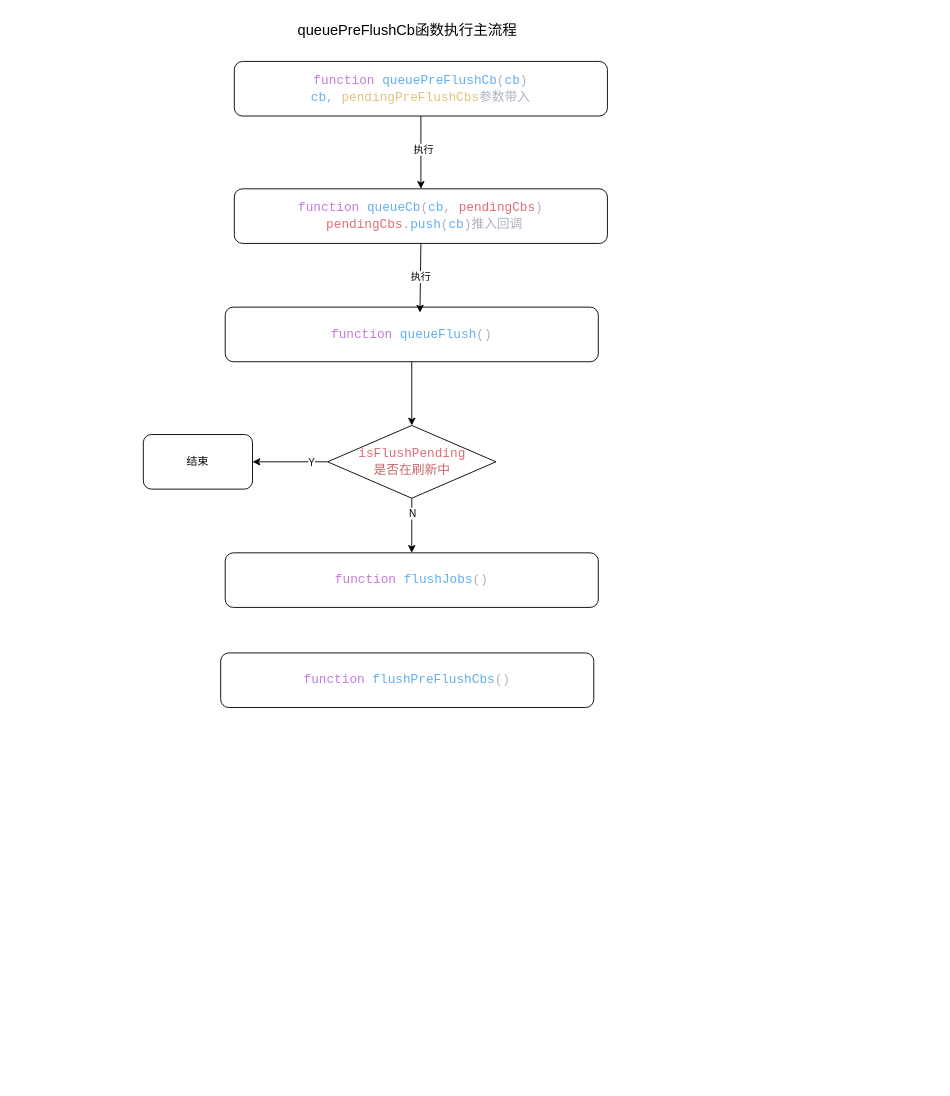
Above: docs/runtime-core/queuePreFlushCb函数执行主流程.dio in BINGWU2003/vue-next-mini (draw.io), before the change. Source tidied: cells renumbered, new cells numbered last; positions are measured from the earlier drawing's top-left corner, leaving out a move shared by most shapes. Both pictures are drawn from the tidied source at 91%, with x=0, y=0 at pixel (143, 15).
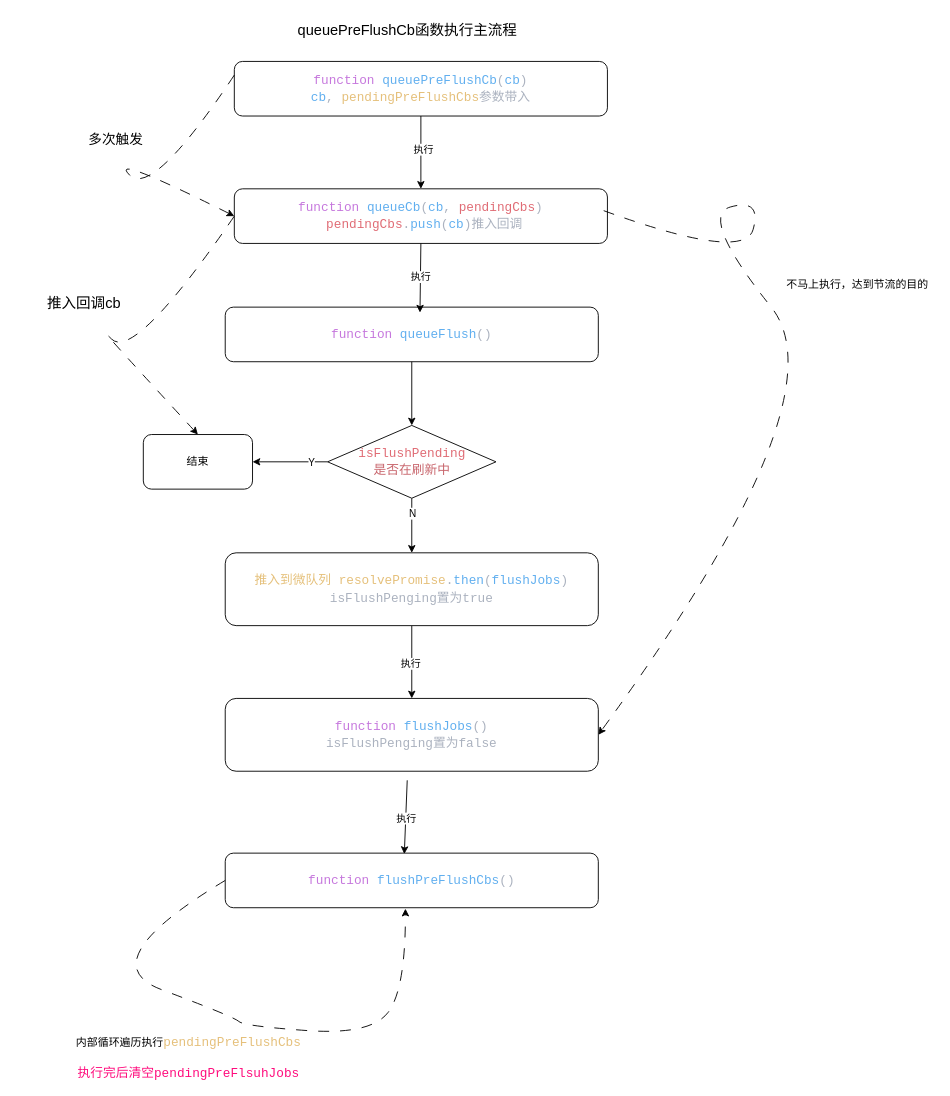
The same diagram, later.

Commit message:
feat: 更新 queuePreFlushCb 函数执行主流程图，优化图形布局和内容

Unchanged cells that the change refers to:
```xml
<mxCell id="4" value="&lt;div style=&quot;color: rgb(171, 178, 191); font-family: &amp;quot;JetBrains Mono&amp;quot;, Consolas, &amp;quot;Courier New&amp;quot;, monospace, Consolas, &amp;quot;Courier New&amp;quot;, monospace; font-size: 14px; line-height: 19px; white-space: pre;&quot;&gt;&lt;div style=&quot;color: rgb(171, 178, 191); line-height: 19px;&quot;&gt;&lt;div style=&quot;color: rgb(171, 178, 191); line-height: 19px;&quot;&gt;&lt;div style=&quot;color: rgb(171, 178, 191); line-height: 19px;&quot;&gt;&lt;span&gt;&lt;span style=&quot;color: rgb(198, 120, 221);&quot;&gt;function&lt;/span&gt;&lt;span style=&quot;color: rgb(171, 178, 191);&quot;&gt; &lt;/span&gt;&lt;span style=&quot;color: rgb(97, 175, 239);&quot;&gt;queuePreFlushCb&lt;/span&gt;&lt;span style=&quot;color: rgb(171, 178, 191);&quot;&gt;(&lt;/span&gt;&lt;span style=&quot;color: rgb(97, 175, 239);&quot;&gt;cb&lt;/span&gt;&lt;span style=&quot;color: rgb(171, 178, 191);&quot;&gt;)&lt;/span&gt;&lt;/span&gt;&lt;/div&gt;&lt;div style=&quot;color: rgb(171, 178, 191); line-height: 19px;&quot;&gt;&lt;span style=&quot;color: rgb(97, 175, 239);&quot;&gt;cb&lt;/span&gt;&lt;span style=&quot;color: rgb(171, 178, 191);&quot;&gt;, &lt;/span&gt;&lt;span style=&quot;color: rgb(229, 192, 123);&quot;&gt;pendingPreFlushCbs&lt;/span&gt;&lt;span&gt;&lt;span style=&quot;color: rgb(171, 178, 191);&quot;&gt;参数带入&lt;/span&gt;&lt;/span&gt;&lt;/div&gt;&lt;/div&gt;&lt;/div&gt;&lt;/div&gt;" style="rounded=1;whiteSpace=wrap;html=1;" parent="1" vertex="1">
  <mxGeometry x="100" y="50" width="410" height="60" as="geometry" />
</mxCell>
<mxCell id="6" value="&lt;div style=&quot;color: rgb(171, 178, 191); font-family: &amp;quot;JetBrains Mono&amp;quot;, Consolas, &amp;quot;Courier New&amp;quot;, monospace, Consolas, &amp;quot;Courier New&amp;quot;, monospace; font-size: 14px; line-height: 19px; white-space: pre;&quot;&gt;&lt;div style=&quot;color: rgb(171, 178, 191); line-height: 19px;&quot;&gt;&lt;div style=&quot;color: rgb(171, 178, 191); line-height: 19px;&quot;&gt;&lt;div style=&quot;color: rgb(171, 178, 191); line-height: 19px;&quot;&gt;&lt;div style=&quot;color: rgb(171, 178, 191); line-height: 19px;&quot;&gt;&lt;span&gt;&lt;span style=&quot;color: rgb(198, 120, 221);&quot;&gt;function&lt;/span&gt;&lt;span style=&quot;color: rgb(171, 178, 191);&quot;&gt; &lt;/span&gt;&lt;span style=&quot;color: rgb(97, 175, 239);&quot;&gt;queueCb&lt;/span&gt;&lt;span style=&quot;color: rgb(171, 178, 191);&quot;&gt;(&lt;/span&gt;&lt;span style=&quot;color: rgb(97, 175, 239);&quot;&gt;cb&lt;/span&gt;&lt;span style=&quot;color: rgb(171, 178, 191);&quot;&gt;, &lt;/span&gt;&lt;span style=&quot;color: rgb(224, 108, 117);&quot;&gt;pendingCbs&lt;/span&gt;&lt;span style=&quot;color: rgb(171, 178, 191);&quot;&gt;)&lt;/span&gt;&lt;/span&gt;&lt;/div&gt;&lt;div style=&quot;color: rgb(171, 178, 191); line-height: 19px;&quot;&gt;&lt;div style=&quot;color: rgb(171, 178, 191); line-height: 19px;&quot;&gt;&lt;span&gt;&lt;span style=&quot;color: rgb(171, 178, 191);&quot;&gt;&amp;nbsp;&lt;/span&gt;&lt;span style=&quot;color: rgb(224, 108, 117);&quot;&gt;pendingCbs&lt;/span&gt;&lt;span style=&quot;color: rgb(171, 178, 191);&quot;&gt;.&lt;/span&gt;&lt;span style=&quot;color: rgb(97, 175, 239);&quot;&gt;push&lt;/span&gt;&lt;span style=&quot;color: rgb(171, 178, 191);&quot;&gt;(&lt;/span&gt;&lt;span style=&quot;color: rgb(97, 175, 239);&quot;&gt;cb&lt;/span&gt;&lt;span style=&quot;color: rgb(171, 178, 191);&quot;&gt;)推入回调&lt;/span&gt;&lt;/span&gt;&lt;/div&gt;&lt;/div&gt;&lt;/div&gt;&lt;/div&gt;&lt;/div&gt;&lt;/div&gt;" style="rounded=1;whiteSpace=wrap;html=1;" parent="1" vertex="1">
  <mxGeometry x="100" y="190" width="410" height="60" as="geometry" />
</mxCell>
<mxCell id="18" value="结束" style="rounded=1;whiteSpace=wrap;html=1;" parent="1" vertex="1">
  <mxGeometry y="460" width="120" height="60" as="geometry" />
</mxCell>
```

Diff of the diagram source:
```diff
@@
+    <mxCell id="19" style="edgeStyle=none;html=1;exitX=0.5;exitY=1;exitDx=0;exitDy=0;entryX=0.5;entryY=0;entryDx=0;entryDy=0;" parent="1" edge="1" source="7" target="29">
+      <mxGeometry relative="1" as="geometry" />
+    </mxCell>
+    <mxCell id="20" value="执行" style="edgeLabel;html=1;align=center;verticalAlign=middle;" parent="19" vertex="1">
+      <mxGeometry x="0.03" y="-2" relative="1" as="geometry" />
+    </mxCell>
-    <mxCell id="7" value="&lt;div style=&quot;color: rgb(171, 178, 191); font-family: &amp;quot;JetBrains Mono&amp;quot;, Consolas, &amp;quot;Courier New&amp;quot;, monospace, Consolas, &amp;quot;Courier New&amp;quot;, monospace; font-size: 14px; line-height: 19px; white-space: pre;&quot;&gt;&lt;div style=&quot;color: rgb(171, 178, 191); line-height: 19px;&quot;&gt;&lt;div style=&quot;color: rgb(171, 178, 191); line-height: 19px;&quot;&gt;&lt;div style=&quot;color: rgb(171, 178, 191); line-height: 19px;&quot;&gt;&lt;div style=&quot;color: rgb(171, 178, 191); line-height: 19px;&quot;&gt;&lt;div style=&quot;color: rgb(171, 178, 191); line-height: 19px;&quot;&gt;&lt;span&gt;&lt;span style=&quot;color: rgb(198, 120, 221);&quot;&gt;function&lt;/span&gt;&lt;span style=&quot;color: rgb(171, 178, 191);&quot;&gt; &lt;/span&gt;&lt;span style=&quot;color: rgb(97, 175, 239);&quot;&gt;flushJobs&lt;/span&gt;&lt;span style=&quot;color: rgb(171, 178, 191);&quot;&gt;()&lt;/span&gt;&lt;/span&gt;&lt;/div&gt;&lt;/div&gt;&lt;/div&gt;&lt;/div&gt;&lt;/div&gt;&lt;/div&gt;" style="rounded=1;whiteSpace=wrap;html=1;" parent="1" vertex="1">
-      <mxGeometry x="90" y="590" width="410" height="60" as="geometry" />
+    <mxCell id="7" value="&lt;div style=&quot;color: rgb(171, 178, 191); font-family: &amp;quot;JetBrains Mono&amp;quot;, Consolas, &amp;quot;Courier New&amp;quot;, monospace, Consolas, &amp;quot;Courier New&amp;quot;, monospace; font-size: 14px; line-height: 19px; white-space: pre;&quot;&gt;&lt;div style=&quot;color: rgb(171, 178, 191); line-height: 19px;&quot;&gt;&lt;div style=&quot;color: rgb(171, 178, 191); line-height: 19px;&quot;&gt;&lt;div style=&quot;color: rgb(171, 178, 191); line-height: 19px;&quot;&gt;&lt;div style=&quot;color: rgb(171, 178, 191); line-height: 19px;&quot;&gt;&lt;div style=&quot;color: rgb(171, 178, 191); line-height: 19px;&quot;&gt;&lt;span style=&quot;background-color: transparent; scrollbar-color: rgb(75, 75, 75) rgb(27, 29, 30); color: rgb(229, 192, 123);&quot;&gt;推入到微队列 resolvePromise&lt;/span&gt;&lt;span style=&quot;background-color: transparent; scrollbar-color: rgb(75, 75, 75) rgb(27, 29, 30); color: rgb(171, 178, 191);&quot;&gt;.&lt;/span&gt;&lt;span style=&quot;background-color: transparent; scrollbar-color: rgb(75, 75, 75) rgb(27, 29, 30); color: rgb(97, 175, 239);&quot;&gt;then&lt;/span&gt;&lt;span style=&quot;background-color: transparent; scrollbar-color: rgb(75, 75, 75) rgb(27, 29, 30); color: rgb(171, 178, 191);&quot;&gt;(&lt;/span&gt;&lt;span style=&quot;background-color: transparent; scrollbar-color: rgb(75, 75, 75) rgb(27, 29, 30); color: rgb(97, 175, 239);&quot;&gt;flushJobs&lt;/span&gt;&lt;span style=&quot;background-color: transparent; scrollbar-color: rgb(75, 75, 75) rgb(27, 29, 30); color: rgb(171, 178, 191);&quot;&gt;)&lt;/span&gt;&lt;/div&gt;&lt;div style=&quot;color: rgb(171, 178, 191); line-height: 19px;&quot;&gt;&lt;div style=&quot;color: rgb(171, 178, 191); line-height: 19px;&quot;&gt;&lt;span&gt;&lt;span style=&quot;color: rgb(171, 178, 191);&quot;&gt;isFlushPenging置为true&lt;/span&gt;&lt;/span&gt;&lt;/div&gt;&lt;/div&gt;&lt;/div&gt;&lt;/div&gt;&lt;/div&gt;&lt;/div&gt;&lt;/div&gt;" style="rounded=1;whiteSpace=wrap;html=1;" parent="1" vertex="1">
+      <mxGeometry x="90" y="590" width="410" height="80" as="geometry" />
     </mxCell>
     <mxCell id="8" value="&lt;div style=&quot;color: rgb(171, 178, 191); font-family: &amp;quot;JetBrains Mono&amp;quot;, Consolas, &amp;quot;Courier New&amp;quot;, monospace, Consolas, &amp;quot;Courier New&amp;quot;, monospace; font-size: 14px; line-height: 19px; white-space: pre;&quot;&gt;&lt;div style=&quot;color: rgb(171, 178, 191); line-height: 19px;&quot;&gt;&lt;div style=&quot;color: rgb(171, 178, 191); line-height: 19px;&quot;&gt;&lt;div style=&quot;color: rgb(171, 178, 191); line-height: 19px;&quot;&gt;&lt;div style=&quot;color: rgb(171, 178, 191); line-height: 19px;&quot;&gt;&lt;div style=&quot;color: rgb(171, 178, 191); line-height: 19px;&quot;&gt;&lt;div style=&quot;color: rgb(171, 178, 191); line-height: 19px;&quot;&gt;&lt;span&gt;&lt;span style=&quot;color: rgb(198, 120, 221);&quot;&gt;function&lt;/span&gt;&lt;span style=&quot;color: rgb(171, 178, 191);&quot;&gt; &lt;/span&gt;&lt;span style=&quot;color: rgb(97, 175, 239);&quot;&gt;flushPreFlushCbs&lt;/span&gt;&lt;span style=&quot;color: rgb(171, 178, 191);&quot;&gt;()&lt;/span&gt;&lt;/span&gt;&lt;/div&gt;&lt;/div&gt;&lt;/div&gt;&lt;/div&gt;&lt;/div&gt;&lt;/div&gt;&lt;/div&gt;" style="rounded=1;whiteSpace=wrap;html=1;" parent="1" vertex="1">
-      <mxGeometry x="85" y="700" width="410" height="60" as="geometry" />
+      <mxGeometry x="90" y="920" width="410" height="60" as="geometry" />
     </mxCell>
@@
+    <mxCell id="21" style="edgeStyle=none;html=1;entryX=0.48;entryY=0.017;entryDx=0;entryDy=0;entryPerimeter=0;" parent="1" edge="1" target="8">
+      <mxGeometry relative="1" as="geometry">
+        <mxPoint x="290" y="840" as="sourcePoint" />
+      </mxGeometry>
+    </mxCell>
+    <mxCell id="22" value="执行" style="edgeLabel;html=1;align=center;verticalAlign=middle;" parent="21" vertex="1">
+      <mxGeometry x="0.04" relative="1" as="geometry" />
+    </mxCell>
+    <mxCell id="23" style="curved=1;endArrow=classic;html=1;entryX=0;entryY=0.5;entryDx=0;entryDy=0;exitX=0;exitY=0.25;exitDx=0;exitDy=0;dashed=1;dashPattern=12 12;" parent="1" edge="1" source="4" target="6">
+      <mxGeometry relative="1" as="geometry">
+        <Array as="points">
+          <mxPoint x="10" y="200" />
+          <mxPoint x="-40" y="150" />
+        </Array>
+      </mxGeometry>
+    </mxCell>
+    <mxCell id="24" style="curved=1;endArrow=classic;html=1;exitX=0;exitY=0.5;exitDx=0;exitDy=0;entryX=0.5;entryY=0;entryDx=0;entryDy=0;dashed=1;dashPattern=12 12;" parent="1" edge="1" source="6" target="18">
+      <mxGeometry relative="1" as="geometry">
+        <Array as="points">
+          <mxPoint x="-10" y="380" />
+          <mxPoint x="-60" y="330" />
+        </Array>
+      </mxGeometry>
+    </mxCell>
+    <mxCell id="25" value="&lt;font style=&quot;font-size: 15px;&quot;&gt;多次触发&lt;/font&gt;" style="text;html=1;align=center;verticalAlign=middle;whiteSpace=wrap;rounded=0;" parent="1" vertex="1">
+      <mxGeometry x="-80" y="120" width="100" height="30" as="geometry" />
+    </mxCell>
+    <mxCell id="26" value="推入回调cb" style="text;html=1;align=center;verticalAlign=middle;whiteSpace=wrap;rounded=0;fontSize=16;" parent="1" vertex="1">
+      <mxGeometry x="-130" y="300" width="130" height="30" as="geometry" />
+    </mxCell>
+    <mxCell id="27" value="不马上执行，达到节流的目的" style="text;html=1;align=center;verticalAlign=middle;whiteSpace=wrap;rounded=0;" parent="1" vertex="1">
+      <mxGeometry x="700" y="280" width="170" height="30" as="geometry" />
+    </mxCell>
+    <mxCell id="28" style="curved=1;endArrow=classic;html=1;exitX=0.99;exitY=0.4;exitDx=0;exitDy=0;exitPerimeter=0;dashed=1;dashPattern=12 12;entryX=1;entryY=0.5;entryDx=0;entryDy=0;" parent="1" edge="1" source="6" target="29">
+      <mxGeometry relative="1" as="geometry">
+        <Array as="points">
+          <mxPoint x="660" y="270" />
+          <mxPoint x="680" y="200" />
+          <mxPoint x="610" y="220" />
+          <mxPoint x="770" y="420" />
+        </Array>
+      </mxGeometry>
+    </mxCell>
+    <mxCell id="29" value="&lt;div style=&quot;color: rgb(171, 178, 191); font-family: &amp;quot;JetBrains Mono&amp;quot;, Consolas, &amp;quot;Courier New&amp;quot;, monospace, Consolas, &amp;quot;Courier New&amp;quot;, monospace; font-size: 14px; line-height: 19px; white-space: pre;&quot;&gt;&lt;div style=&quot;color: rgb(171, 178, 191); line-height: 19px;&quot;&gt;&lt;div style=&quot;color: rgb(171, 178, 191); line-height: 19px;&quot;&gt;&lt;div style=&quot;color: rgb(171, 178, 191); line-height: 19px;&quot;&gt;&lt;div style=&quot;color: rgb(171, 178, 191); line-height: 19px;&quot;&gt;&lt;div style=&quot;color: rgb(171, 178, 191); line-height: 19px;&quot;&gt;&lt;span&gt;&lt;span style=&quot;color: rgb(198, 120, 221);&quot;&gt;function&lt;/span&gt;&lt;span style=&quot;color: rgb(171, 178, 191);&quot;&gt; &lt;/span&gt;&lt;span style=&quot;color: rgb(97, 175, 239);&quot;&gt;flushJobs&lt;/span&gt;&lt;span style=&quot;color: rgb(171, 178, 191);&quot;&gt;()&lt;/span&gt;&lt;/span&gt;&lt;/div&gt;&lt;div style=&quot;color: rgb(171, 178, 191); line-height: 19px;&quot;&gt;&lt;div style=&quot;color: rgb(171, 178, 191); line-height: 19px;&quot;&gt;&lt;span&gt;&lt;span style=&quot;color: rgb(171, 178, 191);&quot;&gt;isFlushPenging置为false&lt;/span&gt;&lt;/span&gt;&lt;/div&gt;&lt;/div&gt;&lt;/div&gt;&lt;/div&gt;&lt;/div&gt;&lt;/div&gt;&lt;/div&gt;" style="rounded=1;whiteSpace=wrap;html=1;" parent="1" vertex="1">
+      <mxGeometry x="90" y="750" width="410" height="80" as="geometry" />
+    </mxCell>
+    <mxCell id="30" style="curved=1;endArrow=classic;html=1;exitX=0;exitY=0.5;exitDx=0;exitDy=0;entryX=0.483;entryY=1.017;entryDx=0;entryDy=0;entryPerimeter=0;dashed=1;dashPattern=12 12;" parent="1" edge="1" source="8" target="8">
+      <mxGeometry relative="1" as="geometry">
+        <Array as="points">
+          <mxPoint x="-60" y="1040" />
+          <mxPoint x="100" y="1100" />
+          <mxPoint x="110" y="1110" />
+          <mxPoint x="250" y="1120" />
+          <mxPoint x="288" y="1070" />
+        </Array>
+      </mxGeometry>
+    </mxCell>
+    <mxCell id="31" value="内部循环遍历执行&lt;span style=&quot;color: rgb(229, 192, 123); font-family: &amp;quot;JetBrains Mono&amp;quot;, Consolas, &amp;quot;Courier New&amp;quot;, monospace, Consolas, &amp;quot;Courier New&amp;quot;, monospace; font-size: 14px; white-space: pre;&quot;&gt;pendingPreFlushCbs&lt;/span&gt;&lt;div&gt;&lt;font face=&quot;JetBrains Mono, Consolas, Courier New, monospace, Consolas, Courier New, monospace&quot; color=&quot;#634308&quot;&gt;&lt;span style=&quot;font-size: 14px; white-space: pre;&quot;&gt;&lt;br&gt;&lt;/span&gt;&lt;/font&gt;&lt;div&gt;&lt;span style=&quot;font-family: &amp;quot;JetBrains Mono&amp;quot;, Consolas, &amp;quot;Courier New&amp;quot;, monospace, Consolas, &amp;quot;Courier New&amp;quot;, monospace; font-size: 14px; white-space: pre;&quot;&gt;&lt;font style=&quot;color: rgb(255, 12, 125);&quot;&gt;执行完后清空pendingPreFlsuhJobs&lt;/font&gt;&lt;/span&gt;&lt;/div&gt;&lt;/div&gt;" style="text;html=1;align=center;verticalAlign=middle;whiteSpace=wrap;rounded=0;" parent="1" vertex="1">
+      <mxGeometry x="-140" y="1130" width="380" height="30" as="geometry" />
+    </mxCell>
```
